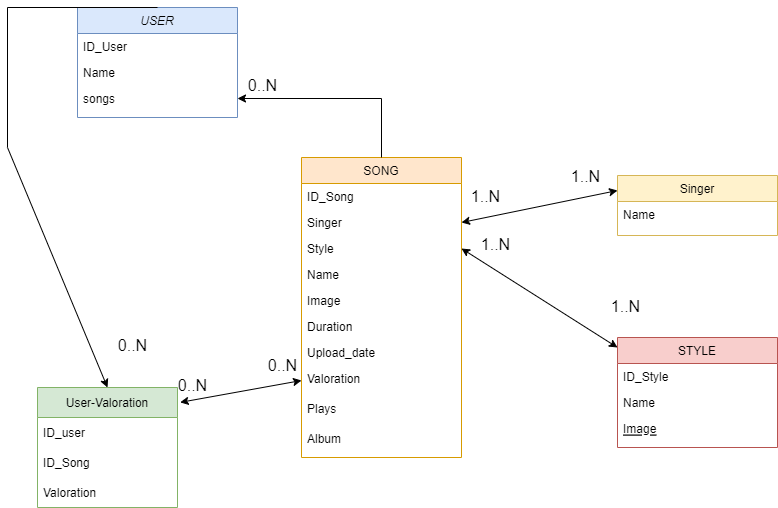
The draw.io diagram draw/database.png in abeja21/PFB-Kreitekfy-B, before a commit. Source tidied: cells renumbered, new cells last; positions are measured from the earlier drawing's top-left corner, leaving out a move shared by most shapes.
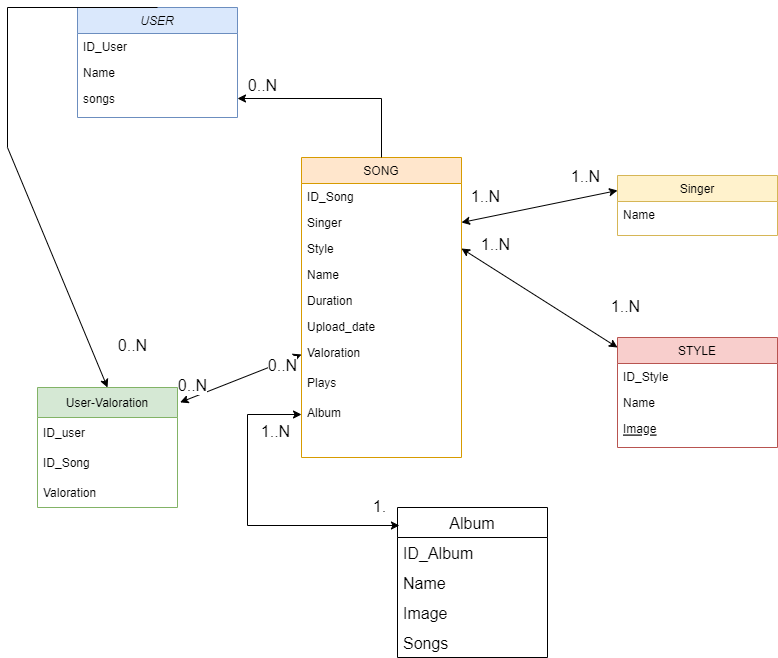
Above is the later version.

The edit, as a diff of the source:
```diff
@@ -47,23 +47,20 @@
     <mxCell id="16" value="Name" style="text;align=left;verticalAlign=top;spacingLeft=4;spacingRight=4;overflow=hidden;rounded=0;shadow=0;html=0;" parent="12" vertex="1">
       <mxGeometry y="104" width="160" height="26" as="geometry" />
     </mxCell>
-    <mxCell id="17" value="Image" style="text;align=left;verticalAlign=top;spacingLeft=4;spacingRight=4;overflow=hidden;rounded=0;shadow=0;html=0;" parent="12" vertex="1">
-      <mxGeometry y="130" width="160" height="26" as="geometry" />
-    </mxCell>
     <mxCell id="18" value="Duration" style="text;align=left;verticalAlign=top;spacingLeft=4;spacingRight=4;overflow=hidden;" parent="12" vertex="1">
-      <mxGeometry y="156" width="160" height="26" as="geometry" />
+      <mxGeometry y="130" width="160" height="26" as="geometry" />
     </mxCell>
     <mxCell id="19" value="Upload_date" style="text;align=left;verticalAlign=top;spacingLeft=4;spacingRight=4;overflow=hidden;" parent="12" vertex="1">
-      <mxGeometry y="182" width="160" height="26" as="geometry" />
+      <mxGeometry y="156" width="160" height="26" as="geometry" />
     </mxCell>
     <mxCell id="20" value="Valoration" style="text;align=left;verticalAlign=top;spacingLeft=4;spacingRight=4;overflow=hidden;points=[[0,0.5],[1,0.5]];portConstraint=eastwest;" parent="12" vertex="1">
-      <mxGeometry y="208" width="160" height="30" as="geometry" />
+      <mxGeometry y="182" width="160" height="30" as="geometry" />
     </mxCell>
     <mxCell id="21" value="Plays" style="text;align=left;verticalAlign=top;spacingLeft=4;spacingRight=4;overflow=hidden;" parent="12" vertex="1">
-      <mxGeometry y="238" width="160" height="30" as="geometry" />
+      <mxGeometry y="212" width="160" height="30" as="geometry" />
     </mxCell>
     <mxCell id="22" value="Album&#10;" style="text;align=left;verticalAlign=top;spacingLeft=4;spacingRight=4;overflow=hidden;points=[[0,0.5],[1,0.5]];portConstraint=eastwest;" parent="12" vertex="1">
-      <mxGeometry y="268" width="160" height="30" as="geometry" />
+      <mxGeometry y="242" width="160" height="30" as="geometry" />
     </mxCell>
     <mxCell id="23" value="User-Valoration" style="swimlane;fontStyle=0;horizontal=1;startSize=30;fillColor=#d5e8d4;strokeColor=#82b366;" parent="1" vertex="1">
       <mxGeometry x="30" y="380" width="140" height="120" as="geometry" />
@@ -141,5 +138,38 @@
         <mxPoint x="-2" y="38" as="offset" />
       </mxGeometry>
     </mxCell>
+    <mxCell id="40" value="Album" style="swimlane;fontStyle=0;horizontal=1;startSize=30;fontSize=16;" parent="1" vertex="1">
+      <mxGeometry x="390" y="500" width="150" height="150" as="geometry" />
+    </mxCell>
+    <mxCell id="41" value="ID_Album" style="text;strokeColor=none;fillColor=none;align=left;verticalAlign=middle;spacingLeft=4;spacingRight=4;overflow=hidden;fontSize=16;" parent="40" vertex="1">
+      <mxGeometry y="30" width="150" height="30" as="geometry" />
+    </mxCell>
+    <mxCell id="42" value="Name" style="text;strokeColor=none;fillColor=none;align=left;verticalAlign=middle;spacingLeft=4;spacingRight=4;overflow=hidden;fontSize=16;" parent="40" vertex="1">
+      <mxGeometry y="60" width="150" height="30" as="geometry" />
+    </mxCell>
+    <mxCell id="17" value="Image" style="text;strokeColor=none;fillColor=none;align=left;verticalAlign=middle;spacingLeft=4;spacingRight=4;overflow=hidden;fontSize=16;" parent="40" vertex="1">
+      <mxGeometry y="90" width="150" height="30" as="geometry" />
+    </mxCell>
+    <mxCell id="43" value="Songs" style="text;strokeColor=none;fillColor=none;align=left;verticalAlign=middle;spacingLeft=4;spacingRight=4;overflow=hidden;fontSize=16;" parent="40" vertex="1">
+      <mxGeometry y="120" width="150" height="30" as="geometry" />
+    </mxCell>
+    <mxCell id="44" style="endArrow=classic;startArrow=classic;html=1;rounded=0;fontSize=16;entryX=0;entryY=0.5;entryDx=0;entryDy=0;exitX=0.013;exitY=0.12;exitDx=0;exitDy=0;exitPerimeter=0;" parent="1" edge="1" source="40" target="22">
+      <mxGeometry relative="1" as="geometry">
+        <Array as="points">
+          <mxPoint x="240" y="518" />
+          <mxPoint x="240" y="407" />
+        </Array>
+      </mxGeometry>
+    </mxCell>
+    <mxCell id="45" value="&lt;font style=&quot;font-size: 16px;&quot;&gt;1.&lt;/font&gt;" style="edgeLabel;html=1;align=center;verticalAlign=middle;spacing=7;" parent="1" vertex="1">
+      <mxGeometry x="374" y="460" as="geometry">
+        <mxPoint x="-2" y="38" as="offset" />
+      </mxGeometry>
+    </mxCell>
+    <mxCell id="46" value="&lt;font style=&quot;font-size: 16px;&quot;&gt;1..N&lt;/font&gt;" style="edgeLabel;html=1;align=center;verticalAlign=middle;spacing=7;" parent="1" vertex="1">
+      <mxGeometry x="270" y="385" as="geometry">
+        <mxPoint x="-2" y="38" as="offset" />
+      </mxGeometry>
+    </mxCell>
   </root>
 </mxGraphModel>
```
